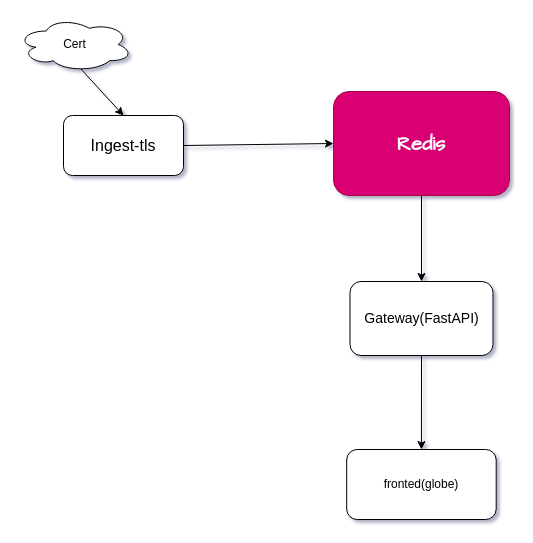
The draw.io diagram docs/art.drawio in Abhi13-02/internet-globe, before the edit. Source tidied: cells renumbered, new cells numbered last; positions are measured from the earlier drawing's top-left corner, leaving out a move shared by most shapes. Both pictures are drawn from the tidied source at 100%, with x=0, y=0 at pixel (17, 17).
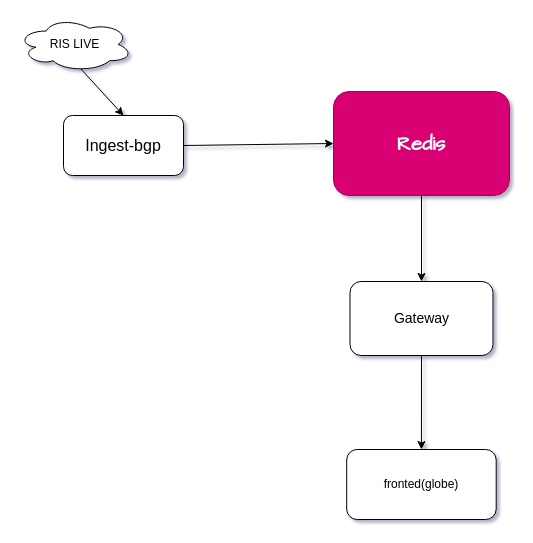
The same page after the edit.

What changed in the source:
```diff
@@
 <mxGraphModel shadow="1">
   <root>
     <mxCell id="0" />
     <mxCell id="1" parent="0" />
     <mxCell id="2" value="fronted(globe)" style="rounded=1;whiteSpace=wrap;html=1;" parent="1" vertex="1">
       <mxGeometry x="329.2" y="432" width="149.5" height="70" as="geometry" />
     </mxCell>
     <mxCell id="3" style="edgeStyle=none;html=1;exitX=0.55;exitY=0.95;exitDx=0;exitDy=0;exitPerimeter=0;entryX=0.5;entryY=0;entryDx=0;entryDy=0;" parent="1" edge="1" source="4" target="8">
       <mxGeometry relative="1" as="geometry" />
     </mxCell>
-    <mxCell id="4" value="Cert" style="ellipse;shape=cloud;whiteSpace=wrap;html=1;" parent="1" vertex="1">
+    <mxCell id="4" value="RIS LIVE" style="ellipse;shape=cloud;whiteSpace=wrap;html=1;" parent="1" vertex="1">
       <mxGeometry width="115" height="54" as="geometry" />
     </mxCell>
     <mxCell id="5" style="edgeStyle=none;html=1;entryX=0.5;entryY=0;entryDx=0;entryDy=0;" parent="1" edge="1" source="6" target="10">
       <mxGeometry relative="1" as="geometry" />
     </mxCell>
     <mxCell id="6" value="Redis" style="rounded=1;whiteSpace=wrap;html=1;fillColor=light-dark(#D80073,#CC0066);fontColor=#ffffff;strokeColor=#A50040;fontStyle=1;fontSize=20;fontFamily=Comic Sans MS;" parent="1" vertex="1">
       <mxGeometry x="316" y="74" width="176" height="104" as="geometry" />
     </mxCell>
     <mxCell id="7" style="edgeStyle=none;html=1;exitX=1;exitY=0.5;exitDx=0;exitDy=0;entryX=0;entryY=0.5;entryDx=0;entryDy=0;" parent="1" edge="1" source="8" target="6">
       <mxGeometry relative="1" as="geometry" />
     </mxCell>
-    <mxCell id="8" value="Ingest-tls" style="rounded=1;whiteSpace=wrap;html=1;fontSize=16;" parent="1" vertex="1">
+    <mxCell id="8" value="Ingest-bgp" style="rounded=1;whiteSpace=wrap;html=1;fontSize=16;" parent="1" vertex="1">
       <mxGeometry x="46" y="98" width="120" height="60" as="geometry" />
     </mxCell>
     <mxCell id="9" style="edgeStyle=none;html=1;entryX=0.5;entryY=0;entryDx=0;entryDy=0;" parent="1" edge="1" source="10" target="2">
       <mxGeometry relative="1" as="geometry" />
     </mxCell>
-    <mxCell id="10" value="Gateway(FastAPI)" style="rounded=1;whiteSpace=wrap;html=1;fontSize=14;" parent="1" vertex="1">
+    <mxCell id="10" value="Gateway" style="rounded=1;whiteSpace=wrap;html=1;fontSize=14;" parent="1" vertex="1">
       <mxGeometry x="332.5" y="264" width="143" height="74" as="geometry" />
     </mxCell>
   </root>
 </mxGraphModel>
```
